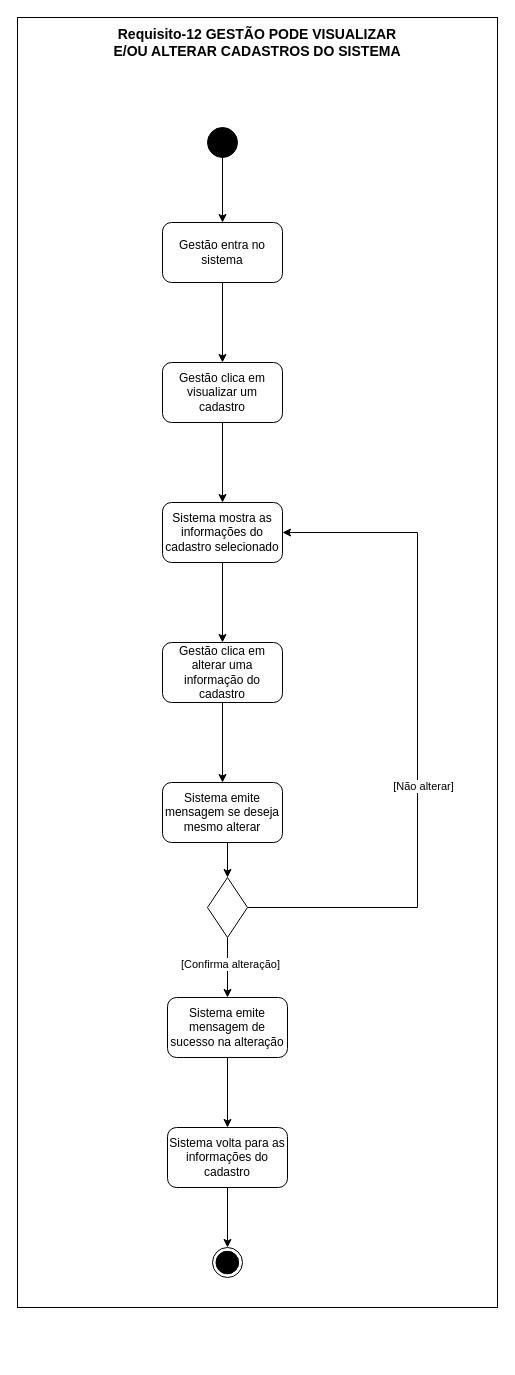
Before: Requisito-12.drawio in LizReis/An-lise-de-Sistemas, a draw.io diagram. Source tidied: cells renumbered, new cells numbered last; positions are measured from the earlier drawing's top-left corner, leaving out a move shared by most shapes. Both pictures are drawn from the tidied source at 100%, with x=0, y=0 at pixel (17, 17).
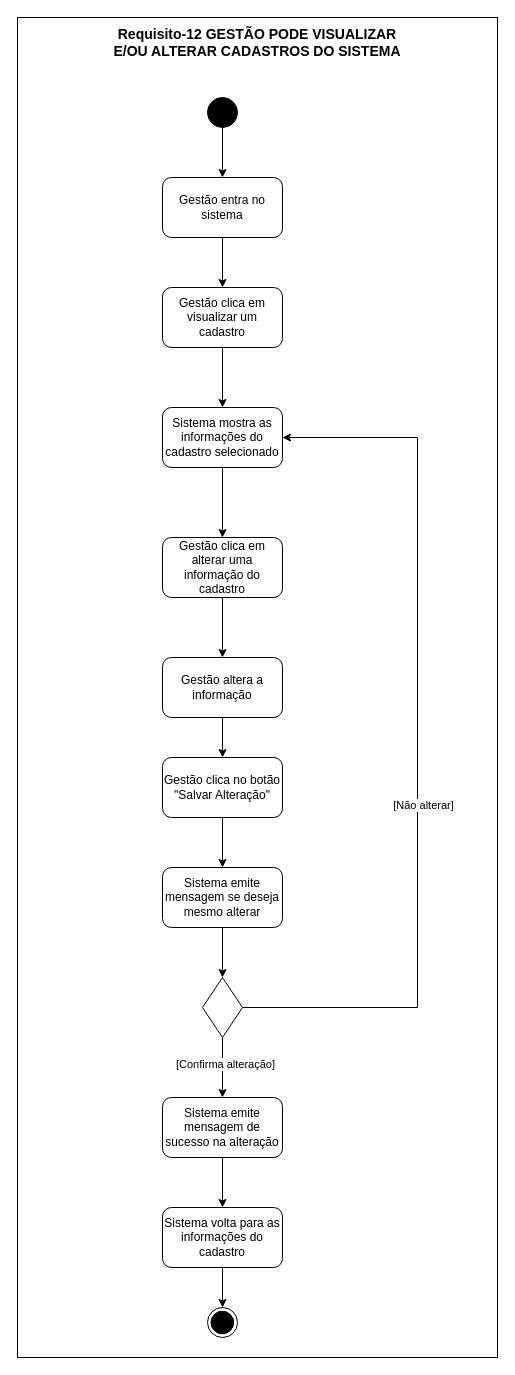
After the change.

What changed in the source:
```diff
@@
     <mxCell id="2" style="rounded=0;whiteSpace=wrap;html=1;" parent="1" vertex="1">
-      <mxGeometry width="480" height="1290" as="geometry" />
+      <mxGeometry width="480" height="1340" as="geometry" />
     </mxCell>
@@
     <mxCell id="4" style="ellipse;whiteSpace=wrap;html=1;fillColor=#000000;" parent="1" vertex="1">
-      <mxGeometry x="190" y="110" width="30" height="30" as="geometry" />
+      <mxGeometry x="190" y="80" width="30" height="30" as="geometry" />
     </mxCell>
@@
     <mxCell id="6" value="Gestão entra no sistema" style="rounded=1;whiteSpace=wrap;html=1;fillColor=#FFFFFF;" parent="1" vertex="1">
-      <mxGeometry x="145" y="205" width="120" height="60" as="geometry" />
+      <mxGeometry x="145" y="160" width="120" height="60" as="geometry" />
     </mxCell>
@@
     <mxCell id="8" value="Gestão clica em visualizar um cadastro" style="whiteSpace=wrap;html=1;fillColor=#FFFFFF;rounded=1;" parent="1" vertex="1">
-      <mxGeometry x="145" y="345" width="120" height="60" as="geometry" />
+      <mxGeometry x="145" y="270" width="120" height="60" as="geometry" />
     </mxCell>
@@
     <mxCell id="10" value="Sistema mostra as informações do cadastro selecionado" style="whiteSpace=wrap;html=1;fillColor=#FFFFFF;rounded=1;" parent="1" vertex="1">
-      <mxGeometry x="145" y="485" width="120" height="60" as="geometry" />
+      <mxGeometry x="145" y="390" width="120" height="60" as="geometry" />
     </mxCell>
-    <mxCell id="11" style="edgeStyle=orthogonalEdgeStyle;rounded=0;jettySize=auto;html=1;" parent="1" edge="1" source="12" target="14">
+    <mxCell id="11" style="edgeStyle=orthogonalEdgeStyle;rounded=0;jettySize=auto;html=1;entryX=0.5;entryY=0;entryDx=0;entryDy=0;" parent="1" edge="1" source="12" target="29">
       <mxGeometry relative="1" as="geometry" />
     </mxCell>
     <mxCell id="12" value="Gestão clica em alterar uma informação do cadastro" style="whiteSpace=wrap;html=1;fillColor=#FFFFFF;rounded=1;" parent="1" vertex="1">
-      <mxGeometry x="145" y="625" width="120" height="60" as="geometry" />
+      <mxGeometry x="145" y="520" width="120" height="60" as="geometry" />
     </mxCell>
@@
     <mxCell id="14" value="Sistema emite mensagem se deseja mesmo alterar" style="whiteSpace=wrap;html=1;fillColor=#FFFFFF;rounded=1;" parent="1" vertex="1">
-      <mxGeometry x="145" y="765" width="120" height="60" as="geometry" />
+      <mxGeometry x="145" y="850" width="120" height="60" as="geometry" />
     </mxCell>
     <mxCell id="15" style="edgeStyle=orthogonalEdgeStyle;rounded=0;jettySize=auto;html=1;entryX=1;entryY=0.5;entryDx=0;entryDy=0;exitX=1;exitY=0.5;exitDx=0;exitDy=0;" parent="1" edge="1" source="19" target="10">
       <mxGeometry relative="1" as="geometry">
         <Array as="points">
-          <mxPoint x="400" y="890" />
-          <mxPoint x="400" y="515" />
+          <mxPoint x="400" y="990" />
+          <mxPoint x="400" y="420" />
         </Array>
       </mxGeometry>
     </mxCell>
@@
     <mxCell id="19" style="rhombus;whiteSpace=wrap;html=1;" parent="1" vertex="1">
-      <mxGeometry x="190" y="860" width="40" height="60" as="geometry" />
+      <mxGeometry x="185" y="960" width="40" height="60" as="geometry" />
     </mxCell>
@@
     <mxCell id="21" value="Sistema emite mensagem de sucesso na alteração" style="rounded=1;whiteSpace=wrap;html=1;" parent="1" vertex="1">
-      <mxGeometry x="150" y="980" width="120" height="60" as="geometry" />
+      <mxGeometry x="145" y="1080" width="120" height="60" as="geometry" />
     </mxCell>
@@
     <mxCell id="23" value="Sistema volta para as informações do cadastro" style="whiteSpace=wrap;html=1;rounded=1;" parent="1" vertex="1">
-      <mxGeometry x="150" y="1110" width="120" height="60" as="geometry" />
+      <mxGeometry x="145" y="1190" width="120" height="60" as="geometry" />
     </mxCell>
     <mxCell id="24" style="group;" parent="1" vertex="1">
-      <mxGeometry x="195" y="1230" width="30" height="30" as="geometry" />
+      <mxGeometry x="190" y="1290" width="30" height="30" as="geometry" />
     </mxCell>
@@
+    <mxCell id="28" style="edgeStyle=orthogonalEdgeStyle;rounded=0;jettySize=auto;html=1;entryX=0.5;entryY=0;entryDx=0;entryDy=0;" parent="1" edge="1" source="29" target="31">
+      <mxGeometry relative="1" as="geometry" />
+    </mxCell>
+    <mxCell id="29" value="Gestão altera a informação" style="rounded=1;whiteSpace=wrap;html=1;" parent="1" vertex="1">
+      <mxGeometry x="145" y="640" width="120" height="60" as="geometry" />
+    </mxCell>
+    <mxCell id="30" style="edgeStyle=orthogonalEdgeStyle;rounded=0;jettySize=auto;html=1;exitX=0.5;exitY=1;exitDx=0;exitDy=0;" parent="1" edge="1" source="31" target="14">
+      <mxGeometry relative="1" as="geometry" />
+    </mxCell>
+    <mxCell id="31" value="Gestão clica no botão &quot;Salvar Alteração&quot;" style="rounded=1;whiteSpace=wrap;html=1;" parent="1" vertex="1">
+      <mxGeometry x="145" y="740" width="120" height="60" as="geometry" />
+    </mxCell>
```
